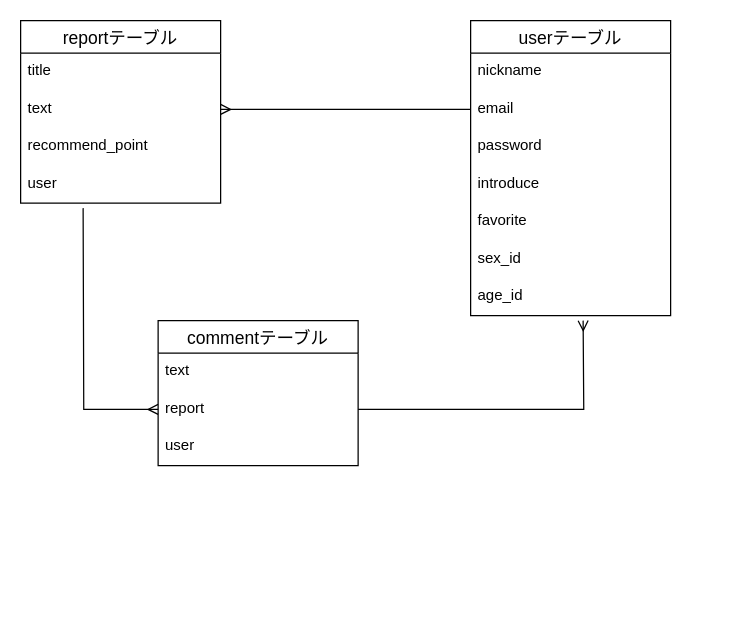
The draw.io diagram music_beats_spirit.dio in yf-steven/music-beats-spirit, before the edit. Source tidied: cells renumbered, new cells numbered last; positions are measured from the earlier drawing's top-left corner, leaving out a move shared by most shapes. Both pictures are drawn from the tidied source at 125%, with x=0, y=0 at pixel (20, 20).
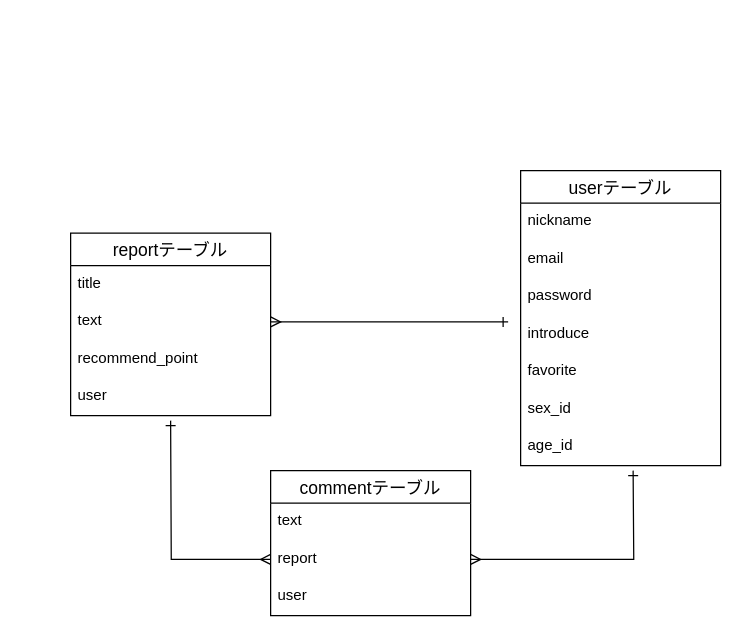
The same page after the edit.

Unchanged cells that the change refers to:
```xml
<mxCell id="4" value="text" style="text;strokeColor=none;fillColor=none;spacingLeft=4;spacingRight=4;overflow=hidden;points=[[0,0.5],[1,0.5]];portConstraint=eastwest;fontSize=12;" parent="2" vertex="1">
  <mxGeometry y="56" width="160" height="30" as="geometry" />
</mxCell>
<mxCell id="9" value="email" style="text;strokeColor=none;fillColor=none;spacingLeft=4;spacingRight=4;overflow=hidden;points=[[0,0.5],[1,0.5]];portConstraint=eastwest;fontSize=12;" parent="7" vertex="1">
  <mxGeometry y="56" width="160" height="30" as="geometry" />
</mxCell>
<mxCell id="17" value="report" style="text;strokeColor=none;fillColor=none;spacingLeft=4;spacingRight=4;overflow=hidden;points=[[0,0.5],[1,0.5]];portConstraint=eastwest;fontSize=12;" parent="15" vertex="1">
  <mxGeometry y="56" width="160" height="30" as="geometry" />
</mxCell>
```

Change to the diagram source:
```diff
@@
     <mxCell id="2" value="reportテーブル" style="swimlane;fontStyle=0;horizontal=1;startSize=26;align=center;fontSize=14;" parent="1" vertex="1">
-      <mxGeometry width="160" height="146" as="geometry" />
+      <mxGeometry x="40" y="170" width="160" height="146" as="geometry" />
     </mxCell>
@@
     <mxCell id="7" value="userテーブル" style="swimlane;fontStyle=0;horizontal=1;startSize=26;align=center;fontSize=14;" parent="1" vertex="1">
-      <mxGeometry x="360" width="160" height="236" as="geometry" />
+      <mxGeometry x="400" y="120" width="160" height="236" as="geometry" />
     </mxCell>
@@
     <mxCell id="15" value="commentテーブル" style="swimlane;fontStyle=0;horizontal=1;startSize=26;align=center;fontSize=14;" parent="1" vertex="1">
-      <mxGeometry x="110" y="240" width="160" height="116" as="geometry" />
+      <mxGeometry x="200" y="360" width="160" height="116" as="geometry" />
     </mxCell>
@@
-    <mxCell id="19" style="edgeStyle=orthogonalEdgeStyle;rounded=0;jettySize=auto;html=1;exitX=0;exitY=0.5;exitDx=0;exitDy=0;entryX=1;entryY=0.5;entryDx=0;entryDy=0;endArrow=ERmany;endFill=0;" parent="1" edge="1" source="9" target="4">
-      <mxGeometry relative="1" as="geometry" />
-    </mxCell>
-    <mxCell id="20" style="edgeStyle=orthogonalEdgeStyle;rounded=0;jettySize=auto;html=1;exitX=0;exitY=0.5;exitDx=0;exitDy=0;endArrow=none;endFill=0;startArrow=ERmany;startFill=0;" parent="1" edge="1" source="17">
-      <mxGeometry relative="1" as="geometry">
-        <mxPoint x="50" y="150" as="targetPoint" />
-      </mxGeometry>
-    </mxCell>
-    <mxCell id="21" style="edgeStyle=orthogonalEdgeStyle;rounded=0;jettySize=auto;html=1;exitX=1;exitY=0.5;exitDx=0;exitDy=0;startArrow=none;startFill=0;endArrow=ERmany;endFill=0;" parent="1" edge="1" source="17">
-      <mxGeometry relative="1" as="geometry">
-        <mxPoint x="450" y="240" as="targetPoint" />
-      </mxGeometry>
-    </mxCell>
+    <mxCell id="22" style="edgeStyle=orthogonalEdgeStyle;rounded=0;jettySize=auto;html=1;exitX=1;exitY=0.5;exitDx=0;exitDy=0;startArrow=ERmany;startFill=0;endArrow=ERone;endFill=0;" parent="1" edge="1" source="4">
+      <mxGeometry relative="1" as="geometry">
+        <mxPoint x="390" y="241" as="targetPoint" />
+      </mxGeometry>
+    </mxCell>
+    <mxCell id="23" style="edgeStyle=orthogonalEdgeStyle;rounded=0;jettySize=auto;html=1;exitX=0;exitY=0.5;exitDx=0;exitDy=0;startArrow=ERmany;startFill=0;endArrow=ERone;endFill=0;" parent="1" edge="1" source="17">
+      <mxGeometry relative="1" as="geometry">
+        <mxPoint x="120" y="320" as="targetPoint" />
+      </mxGeometry>
+    </mxCell>
+    <mxCell id="24" style="edgeStyle=orthogonalEdgeStyle;rounded=0;jettySize=auto;html=1;exitX=1;exitY=0.5;exitDx=0;exitDy=0;startArrow=ERmany;startFill=0;endArrow=ERone;endFill=0;" parent="1" edge="1" source="17">
+      <mxGeometry relative="1" as="geometry">
+        <mxPoint x="490" y="360" as="targetPoint" />
+      </mxGeometry>
+    </mxCell>
```
